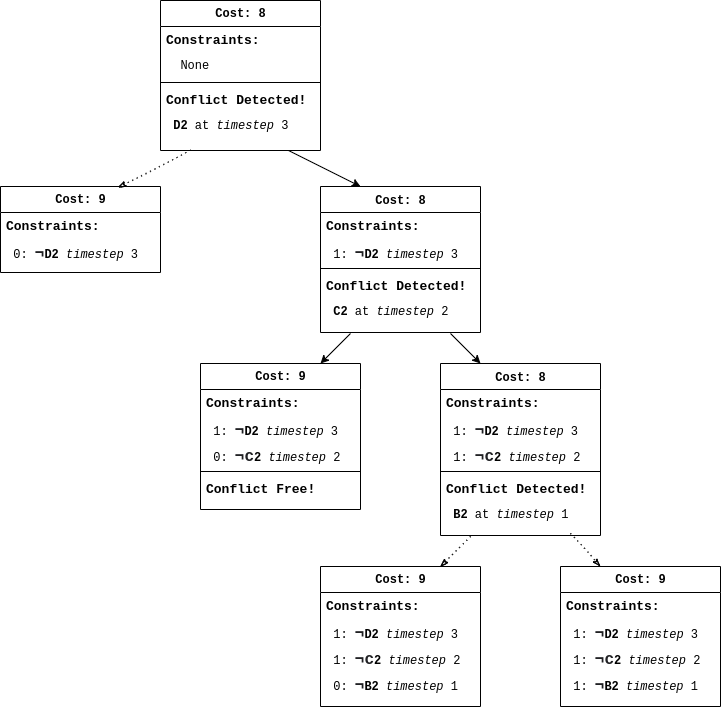
gloriyo/MAPF-demo keeps this draw.io diagram as static/content/figures/CT_demo/standard_ct/Diagram_ct_standard_4.drawio.png. Above is the earlier version. Source tidied: cells renumbered, new cells last; positions are measured from the earlier drawing's top-left corner, leaving out a move shared by most shapes.
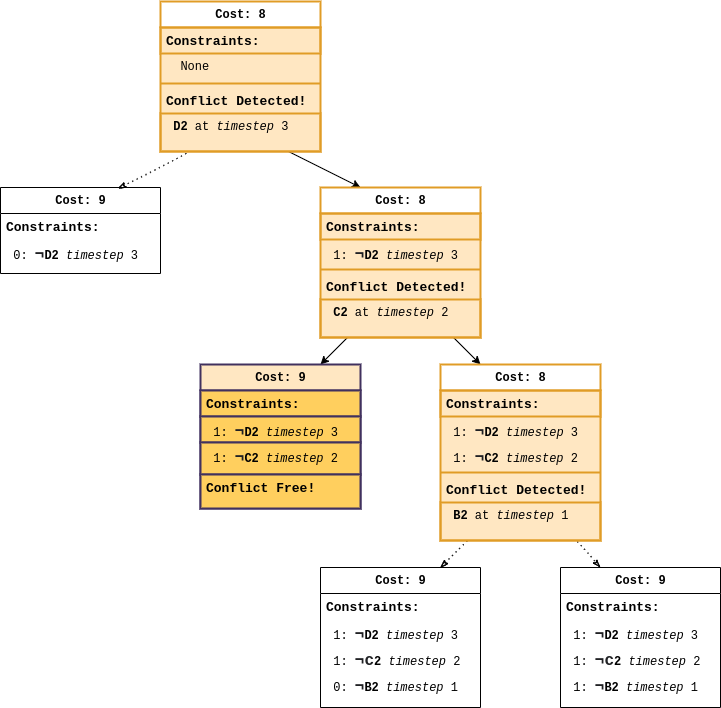
The same diagram one commit later.

What changed in the source:
```diff
@@ -25,7 +25,7 @@
     <mxCell id="8" value="&amp;nbsp;&lt;b&gt;D2&lt;/b&gt; at &lt;i&gt;timestep &lt;/i&gt;3&amp;nbsp;" style="text;html=1;strokeColor=none;fillColor=none;align=left;verticalAlign=top;spacingLeft=4;spacingRight=4;whiteSpace=wrap;overflow=hidden;fontFamily=Courier New;" parent="3" vertex="1">
       <mxGeometry y="112" width="160" height="38" as="geometry" />
     </mxCell>
-    <mxCell id="9" value="Cost: 9" style="swimlane;html=1;fontStyle=1;align=center;verticalAlign=top;horizontal=1;startSize=26;swimlaneFillColor=#ffffff;rounded=0;shadow=0;comic=0;labelBackgroundColor=none;strokeWidth=1;fillColor=none;fontFamily=Courier New;fontSize=12;" parent="1" vertex="1">
+    <mxCell id="9" value="Cost: 9" style="swimlane;html=1;fontStyle=1;align=center;verticalAlign=top;horizontal=1;startSize=26;swimlaneFillColor=#ffffff;rounded=0;shadow=0;comic=0;labelBackgroundColor=none;strokeWidth=1;fillColor=default;fontFamily=Courier New;fontSize=12;" parent="1" vertex="1">
       <mxGeometry y="186" width="160" height="86" as="geometry" />
     </mxCell>
     <mxCell id="10" value="Constraints:&amp;nbsp;" style="text;html=1;strokeColor=none;fillColor=none;align=left;verticalAlign=top;spacingLeft=4;spacingRight=4;whiteSpace=wrap;overflow=hidden;fontSize=13;fontStyle=1;fontFamily=Courier New;" parent="9" vertex="1">
@@ -73,25 +73,7 @@
     <mxCell id="24" value="&amp;nbsp;&lt;b&gt;B2&lt;/b&gt; at &lt;i&gt;timestep&lt;/i&gt; 1&amp;nbsp;" style="text;html=1;strokeColor=none;fillColor=none;align=left;verticalAlign=top;spacingLeft=4;spacingRight=4;whiteSpace=wrap;overflow=hidden;fontFamily=Courier New;" parent="18" vertex="1">
       <mxGeometry y="138" width="160" height="26" as="geometry" />
     </mxCell>
-    <mxCell id="25" value="Cost: 9" style="swimlane;html=1;fontStyle=1;align=center;verticalAlign=top;horizontal=1;startSize=26;swimlaneFillColor=#ffffff;rounded=0;shadow=0;comic=0;labelBackgroundColor=none;strokeWidth=1;fillColor=none;fontFamily=Courier New;fontSize=12;" parent="1" vertex="1">
-      <mxGeometry x="200" y="363" width="160" height="146" as="geometry" />
-    </mxCell>
-    <mxCell id="26" value="Constraints:&amp;nbsp;" style="text;html=1;strokeColor=none;fillColor=none;align=left;verticalAlign=top;spacingLeft=4;spacingRight=4;whiteSpace=wrap;overflow=hidden;fontSize=13;fontStyle=1;fontFamily=Courier New;" parent="25" vertex="1">
-      <mxGeometry y="26" width="160" height="26" as="geometry" />
-    </mxCell>
-    <mxCell id="27" value="&amp;nbsp;1:&amp;nbsp;&lt;b style=&quot;color: rgb(32 , 33 , 36) ; font-size: 16px ; background-color: rgb(255 , 255 , 255)&quot;&gt;¬&lt;/b&gt;&lt;b&gt;D2&lt;/b&gt;&amp;nbsp;&lt;i&gt;timestep&lt;/i&gt; 3&amp;nbsp;" style="text;html=1;strokeColor=none;fillColor=none;align=left;verticalAlign=top;spacingLeft=4;spacingRight=4;whiteSpace=wrap;overflow=hidden;fontFamily=Courier New;" parent="25" vertex="1">
-      <mxGeometry y="52" width="160" height="26" as="geometry" />
-    </mxCell>
-    <mxCell id="28" value="&amp;nbsp;0:&amp;nbsp;&lt;b style=&quot;color: rgb(32 , 33 , 36) ; font-size: 16px ; background-color: rgb(255 , 255 , 255)&quot;&gt;¬c&lt;/b&gt;&lt;b&gt;2&lt;/b&gt;&amp;nbsp;&lt;i&gt;timestep&lt;/i&gt; 2&amp;nbsp;" style="text;html=1;strokeColor=none;fillColor=none;align=left;verticalAlign=top;spacingLeft=4;spacingRight=4;whiteSpace=wrap;overflow=hidden;fontFamily=Courier New;" parent="25" vertex="1">
-      <mxGeometry y="78" width="160" height="26" as="geometry" />
-    </mxCell>
-    <mxCell id="29" style="line;html=1;strokeWidth=1;fillColor=none;align=left;verticalAlign=middle;spacingTop=-1;spacingLeft=3;spacingRight=3;labelPosition=right;fontFamily=Courier New;" parent="25" vertex="1">
-      <mxGeometry y="104" width="160" height="8" as="geometry" />
-    </mxCell>
-    <mxCell id="30" value="Conflict Free!" style="text;html=1;strokeColor=none;fillColor=none;align=left;verticalAlign=top;spacingLeft=4;spacingRight=4;whiteSpace=wrap;overflow=hidden;fontFamily=Courier New;fontStyle=1;fontSize=13;" parent="25" vertex="1">
-      <mxGeometry y="112" width="160" height="26" as="geometry" />
-    </mxCell>
-    <mxCell id="31" value="Cost: 9" style="swimlane;html=1;fontStyle=1;align=center;verticalAlign=top;horizontal=1;startSize=26;swimlaneFillColor=#ffffff;rounded=0;shadow=0;comic=0;labelBackgroundColor=none;strokeWidth=1;fillColor=none;fontFamily=Courier New;fontSize=12;" parent="1" vertex="1">
+    <mxCell id="31" value="Cost: 9" style="swimlane;html=1;fontStyle=1;align=center;verticalAlign=top;horizontal=1;startSize=26;swimlaneFillColor=#ffffff;rounded=0;shadow=0;comic=0;labelBackgroundColor=none;strokeWidth=1;fillColor=default;fontFamily=Courier New;fontSize=12;" parent="1" vertex="1">
       <mxGeometry x="560" y="566" width="160" height="140" as="geometry" />
     </mxCell>
     <mxCell id="32" value="Constraints:&amp;nbsp;" style="text;html=1;strokeColor=none;fillColor=none;align=left;verticalAlign=top;spacingLeft=4;spacingRight=4;whiteSpace=wrap;overflow=hidden;fontSize=13;fontStyle=1;fontFamily=Courier New;" parent="31" vertex="1">
@@ -106,7 +88,7 @@
     <mxCell id="35" value="&amp;nbsp;1:&amp;nbsp;&lt;b style=&quot;color: rgb(32 , 33 , 36) ; font-size: 16px ; background-color: rgb(255 , 255 , 255)&quot;&gt;¬&lt;/b&gt;&lt;b&gt;B&lt;/b&gt;&lt;b&gt;2&lt;/b&gt;&amp;nbsp;&lt;i&gt;timestep&lt;/i&gt; 1" style="text;html=1;strokeColor=none;fillColor=none;align=left;verticalAlign=top;spacingLeft=4;spacingRight=4;whiteSpace=wrap;overflow=hidden;fontFamily=Courier New;" parent="31" vertex="1">
       <mxGeometry y="104" width="160" height="26" as="geometry" />
     </mxCell>
-    <mxCell id="36" value="Cost: 9" style="swimlane;html=1;fontStyle=1;align=center;verticalAlign=top;horizontal=1;startSize=26;swimlaneFillColor=#ffffff;rounded=0;shadow=0;comic=0;labelBackgroundColor=none;strokeWidth=1;fillColor=none;fontFamily=Courier New;fontSize=12;" parent="1" vertex="1">
+    <mxCell id="36" value="Cost: 9" style="swimlane;html=1;fontStyle=1;align=center;verticalAlign=top;horizontal=1;startSize=26;swimlaneFillColor=#ffffff;rounded=0;shadow=0;comic=0;labelBackgroundColor=none;strokeWidth=1;fillColor=default;fontFamily=Courier New;fontSize=12;" parent="1" vertex="1">
       <mxGeometry x="320" y="566" width="160" height="140" as="geometry" />
     </mxCell>
     <mxCell id="37" value="Constraints:&amp;nbsp;" style="text;html=1;strokeColor=none;fillColor=none;align=left;verticalAlign=top;spacingLeft=4;spacingRight=4;whiteSpace=wrap;overflow=hidden;fontSize=13;fontStyle=1;fontFamily=Courier New;" parent="36" vertex="1">
@@ -146,10 +128,101 @@
         <mxPoint x="570" y="533" as="sourcePoint" />
       </mxGeometry>
     </mxCell>
-    <mxCell id="46" style="edgeStyle=none;rounded=0;jettySize=auto;html=1;entryX=0.75;entryY=0;entryDx=0;entryDy=0;fontFamily=Courier New;" parent="1" edge="1" target="25">
+    <mxCell id="46" style="edgeStyle=none;rounded=0;orthogonalLoop=1;jettySize=auto;html=1;entryX=0.75;entryY=0;entryDx=0;entryDy=0;fontFamily=Courier New;" parent="1" edge="1">
       <mxGeometry relative="1" as="geometry">
         <mxPoint x="350" y="333" as="sourcePoint" />
+        <mxPoint x="320" y="363" as="targetPoint" />
       </mxGeometry>
     </mxCell>
+    <mxCell id="47" value="Cost: 8" style="swimlane;html=1;fontStyle=1;align=center;verticalAlign=top;horizontal=1;startSize=26;swimlaneFillColor=#FFE7C2;rounded=0;shadow=0;comic=0;labelBackgroundColor=none;strokeWidth=2;fillColor=default;fontFamily=Courier New;fontSize=12;strokeColor=#E09C26;" parent="1" vertex="1">
+      <mxGeometry x="440" y="363" width="160" height="176" as="geometry" />
+    </mxCell>
+    <mxCell id="48" value="Constraints:&amp;nbsp;" style="text;html=1;strokeColor=#E09C26;fillColor=none;align=left;verticalAlign=top;spacingLeft=4;spacingRight=4;whiteSpace=wrap;overflow=hidden;fontSize=13;fontStyle=1;fontFamily=Courier New;swimlaneFillColor=#FFE7C2;strokeWidth=2;" parent="47" vertex="1">
+      <mxGeometry y="26" width="160" height="26" as="geometry" />
+    </mxCell>
+    <mxCell id="49" value="&amp;nbsp;1:&amp;nbsp;&lt;b style=&quot;color: rgb(32 , 33 , 36) ; font-size: 16px ; background-color: rgb(255 , 231 , 194)&quot;&gt;¬&lt;/b&gt;&lt;b&gt;D2&amp;nbsp;&lt;/b&gt;&lt;i&gt;timestep&lt;/i&gt;&amp;nbsp;3" style="text;html=1;strokeColor=none;fillColor=none;align=left;verticalAlign=top;spacingLeft=4;spacingRight=4;whiteSpace=wrap;overflow=hidden;fontFamily=Courier New;swimlaneFillColor=#FFE7C2;strokeWidth=2;" parent="47" vertex="1">
+      <mxGeometry y="52" width="160" height="26" as="geometry" />
+    </mxCell>
+    <mxCell id="50" value="&amp;nbsp;1:&amp;nbsp;&lt;b&gt;&lt;font color=&quot;#202124&quot;&gt;&lt;span style=&quot;font-size: 16px ; background-color: rgb(255 , 231 , 194)&quot;&gt;¬&lt;/span&gt;&lt;/font&gt;&lt;/b&gt;&lt;b&gt;C&lt;/b&gt;&lt;b&gt;2&lt;/b&gt;&amp;nbsp;&lt;i&gt;timestep&lt;/i&gt; 2&amp;nbsp;" style="text;html=1;strokeColor=none;fillColor=none;align=left;verticalAlign=top;spacingLeft=4;spacingRight=4;whiteSpace=wrap;overflow=hidden;fontFamily=Courier New;" parent="47" vertex="1">
+      <mxGeometry y="78" width="160" height="26" as="geometry" />
+    </mxCell>
+    <mxCell id="51" style="line;html=1;strokeWidth=2;fillColor=none;align=left;verticalAlign=middle;spacingTop=-1;spacingLeft=3;spacingRight=3;labelPosition=right;fontFamily=Courier New;swimlaneFillColor=#FFE7C2;strokeColor=#E09C26;" parent="47" vertex="1">
+      <mxGeometry y="104" width="160" height="8" as="geometry" />
+    </mxCell>
+    <mxCell id="52" value="Conflict Detected!" style="text;html=1;strokeColor=none;fillColor=none;align=left;verticalAlign=top;spacingLeft=4;spacingRight=4;whiteSpace=wrap;overflow=hidden;fontFamily=Courier New;fontStyle=1;fontSize=13;swimlaneFillColor=#FFE7C2;strokeWidth=2;" parent="47" vertex="1">
+      <mxGeometry y="112" width="160" height="26" as="geometry" />
+    </mxCell>
+    <mxCell id="53" value="&amp;nbsp;&lt;b&gt;B2&lt;/b&gt;&amp;nbsp;at&amp;nbsp;&lt;i&gt;timestep&lt;/i&gt;&amp;nbsp;1&amp;nbsp;" style="text;html=1;strokeColor=#E09C26;fillColor=none;align=left;verticalAlign=top;spacingLeft=4;spacingRight=4;whiteSpace=wrap;overflow=hidden;fontFamily=Courier New;swimlaneFillColor=#FFE7C2;strokeWidth=2;" parent="47" vertex="1">
+      <mxGeometry y="138" width="160" height="38" as="geometry" />
+    </mxCell>
+    <mxCell id="54" value="Cost: 8" style="swimlane;html=1;fontStyle=1;align=center;verticalAlign=top;horizontal=1;startSize=26;swimlaneFillColor=#FFE7C2;rounded=0;shadow=0;comic=0;labelBackgroundColor=none;strokeWidth=2;fillColor=default;fontFamily=Courier New;fontSize=12;strokeColor=#E09C26;" parent="1" vertex="1">
+      <mxGeometry x="320" y="186" width="160" height="150" as="geometry" />
+    </mxCell>
+    <mxCell id="55" value="Constraints:&amp;nbsp;" style="text;html=1;strokeColor=#E09C26;fillColor=none;align=left;verticalAlign=top;spacingLeft=4;spacingRight=4;whiteSpace=wrap;overflow=hidden;fontSize=13;fontStyle=1;fontFamily=Courier New;swimlaneFillColor=#FFE7C2;strokeWidth=2;" parent="54" vertex="1">
+      <mxGeometry y="26" width="160" height="26" as="geometry" />
+    </mxCell>
+    <mxCell id="56" value="&amp;nbsp;1:&amp;nbsp;&lt;b style=&quot;color: rgb(32 , 33 , 36) ; font-size: 16px ; background-color: rgb(255 , 231 , 194)&quot;&gt;¬&lt;/b&gt;&lt;b&gt;D2&amp;nbsp;&lt;/b&gt;&lt;i&gt;timestep&lt;/i&gt;&amp;nbsp;3" style="text;html=1;strokeColor=none;fillColor=none;align=left;verticalAlign=top;spacingLeft=4;spacingRight=4;whiteSpace=wrap;overflow=hidden;fontFamily=Courier New;swimlaneFillColor=#FFE7C2;strokeWidth=2;" parent="54" vertex="1">
+      <mxGeometry y="52" width="160" height="26" as="geometry" />
+    </mxCell>
+    <mxCell id="57" style="line;html=1;strokeWidth=2;fillColor=none;align=left;verticalAlign=middle;spacingTop=-1;spacingLeft=3;spacingRight=3;labelPosition=right;fontFamily=Courier New;swimlaneFillColor=#FFE7C2;strokeColor=#E09C26;" parent="54" vertex="1">
+      <mxGeometry y="78" width="160" height="8" as="geometry" />
+    </mxCell>
+    <mxCell id="58" value="Conflict Detected!" style="text;html=1;strokeColor=none;fillColor=none;align=left;verticalAlign=top;spacingLeft=4;spacingRight=4;whiteSpace=wrap;overflow=hidden;fontFamily=Courier New;fontStyle=1;fontSize=13;swimlaneFillColor=#FFE7C2;strokeWidth=2;" parent="54" vertex="1">
+      <mxGeometry y="86" width="160" height="26" as="geometry" />
+    </mxCell>
+    <mxCell id="59" value="&amp;nbsp;&lt;b&gt;C2&lt;/b&gt;&amp;nbsp;at&amp;nbsp;&lt;i&gt;timestep&lt;/i&gt;&amp;nbsp;2&amp;nbsp;" style="text;html=1;strokeColor=#E09C26;fillColor=none;align=left;verticalAlign=top;spacingLeft=4;spacingRight=4;whiteSpace=wrap;overflow=hidden;fontFamily=Courier New;swimlaneFillColor=#FFE7C2;strokeWidth=2;" parent="54" vertex="1">
+      <mxGeometry y="112" width="160" height="38" as="geometry" />
+    </mxCell>
+    <mxCell id="60" value="Cost: 8" style="swimlane;html=1;fontStyle=1;align=center;verticalAlign=top;horizontal=1;startSize=26;swimlaneFillColor=#ffffff;rounded=0;shadow=0;comic=0;labelBackgroundColor=none;strokeWidth=1;fillColor=none;fontFamily=Courier New;fontSize=12;" parent="1" vertex="1">
+      <mxGeometry x="160" width="160" height="150" as="geometry" />
+    </mxCell>
+    <mxCell id="26" value="Constraints:&amp;nbsp;" style="text;html=1;strokeColor=none;fillColor=none;align=left;verticalAlign=top;spacingLeft=4;spacingRight=4;whiteSpace=wrap;overflow=hidden;fontSize=13;fontStyle=1;fontFamily=Courier New;" parent="60" vertex="1">
+      <mxGeometry y="26" width="160" height="26" as="geometry" />
+    </mxCell>
+    <mxCell id="61" value="&amp;nbsp; None" style="text;html=1;strokeColor=none;fillColor=none;align=left;verticalAlign=top;spacingLeft=4;spacingRight=4;whiteSpace=wrap;overflow=hidden;fontFamily=Courier New;" parent="60" vertex="1">
+      <mxGeometry y="52" width="160" height="26" as="geometry" />
+    </mxCell>
+    <mxCell id="62" style="line;html=1;strokeWidth=1;fillColor=none;align=left;verticalAlign=middle;spacingTop=-1;spacingLeft=3;spacingRight=3;labelPosition=right;fontFamily=Courier New;" parent="60" vertex="1">
+      <mxGeometry y="78" width="160" height="8" as="geometry" />
+    </mxCell>
+    <mxCell id="63" value="Conflict Detected!" style="text;html=1;strokeColor=none;fillColor=none;align=left;verticalAlign=top;spacingLeft=4;spacingRight=4;whiteSpace=wrap;overflow=hidden;fontFamily=Courier New;fontStyle=1;fontSize=13;" parent="60" vertex="1">
+      <mxGeometry y="86" width="160" height="26" as="geometry" />
+    </mxCell>
+    <mxCell id="64" value="&amp;nbsp;&lt;b&gt;D2&lt;/b&gt; at &lt;i&gt;timestep &lt;/i&gt;3&amp;nbsp;" style="text;html=1;strokeColor=none;fillColor=none;align=left;verticalAlign=top;spacingLeft=4;spacingRight=4;whiteSpace=wrap;overflow=hidden;fontFamily=Courier New;" parent="60" vertex="1">
+      <mxGeometry y="112" width="160" height="38" as="geometry" />
+    </mxCell>
+    <mxCell id="65" value="Cost: 8" style="swimlane;html=1;fontStyle=1;align=center;verticalAlign=top;horizontal=1;startSize=26;swimlaneFillColor=#FFE7C2;rounded=0;shadow=0;comic=0;labelBackgroundColor=none;strokeWidth=2;fillColor=default;fontFamily=Courier New;fontSize=12;strokeColor=#E09C26;" parent="1" vertex="1">
+      <mxGeometry x="160" width="160" height="150" as="geometry" />
+    </mxCell>
+    <mxCell id="66" value="Constraints:&amp;nbsp;" style="text;html=1;strokeColor=#E09C26;fillColor=none;align=left;verticalAlign=top;spacingLeft=4;spacingRight=4;whiteSpace=wrap;overflow=hidden;fontSize=13;fontStyle=1;fontFamily=Courier New;swimlaneFillColor=#FFE7C2;strokeWidth=2;" parent="65" vertex="1">
+      <mxGeometry y="26" width="160" height="26" as="geometry" />
+    </mxCell>
+    <mxCell id="67" value="&amp;nbsp; None" style="text;html=1;strokeColor=none;fillColor=none;align=left;verticalAlign=top;spacingLeft=4;spacingRight=4;whiteSpace=wrap;overflow=hidden;fontFamily=Courier New;swimlaneFillColor=#FFE7C2;strokeWidth=2;" parent="65" vertex="1">
+      <mxGeometry y="52" width="160" height="26" as="geometry" />
+    </mxCell>
+    <mxCell id="68" style="line;html=1;strokeWidth=2;fillColor=none;align=left;verticalAlign=middle;spacingTop=-1;spacingLeft=3;spacingRight=3;labelPosition=right;fontFamily=Courier New;swimlaneFillColor=#FFE7C2;strokeColor=#E09C26;" parent="65" vertex="1">
+      <mxGeometry y="78" width="160" height="8" as="geometry" />
+    </mxCell>
+    <mxCell id="69" value="Conflict Detected!" style="text;html=1;strokeColor=none;fillColor=none;align=left;verticalAlign=top;spacingLeft=4;spacingRight=4;whiteSpace=wrap;overflow=hidden;fontFamily=Courier New;fontStyle=1;fontSize=13;swimlaneFillColor=#FFE7C2;strokeWidth=2;" parent="65" vertex="1">
+      <mxGeometry y="86" width="160" height="26" as="geometry" />
+    </mxCell>
+    <mxCell id="70" value="&amp;nbsp;&lt;b&gt;D2&lt;/b&gt; at &lt;i&gt;timestep &lt;/i&gt;3&amp;nbsp;" style="text;html=1;strokeColor=#E09C26;fillColor=none;align=left;verticalAlign=top;spacingLeft=4;spacingRight=4;whiteSpace=wrap;overflow=hidden;fontFamily=Courier New;swimlaneFillColor=#FFE7C2;strokeWidth=2;" parent="65" vertex="1">
+      <mxGeometry y="112" width="160" height="38" as="geometry" />
+    </mxCell>
+    <mxCell id="25" value="Cost: 9" style="swimlane;html=1;fontStyle=1;align=center;verticalAlign=top;horizontal=1;startSize=26;swimlaneFillColor=#FFE7C2;rounded=0;shadow=0;comic=0;labelBackgroundColor=none;strokeWidth=2;fillColor=#FFE7C2;fontFamily=Courier New;fontSize=12;strokeColor=#41315E;" parent="1" vertex="1">
+      <mxGeometry x="200" y="363" width="160" height="144" as="geometry" />
+    </mxCell>
+    <mxCell id="71" value="Constraints:&amp;nbsp;" style="text;html=1;strokeColor=#41315E;fillColor=#FFCF5E;align=left;verticalAlign=top;spacingLeft=4;spacingRight=4;whiteSpace=wrap;overflow=hidden;fontSize=13;fontStyle=1;fontFamily=Courier New;swimlaneFillColor=#FFE7C2;strokeWidth=2;" parent="25" vertex="1">
+      <mxGeometry y="26" width="160" height="26" as="geometry" />
+    </mxCell>
+    <mxCell id="72" value="&amp;nbsp;1:&amp;nbsp;&lt;b style=&quot;color: rgb(32 , 33 , 36) ; font-size: 16px&quot;&gt;¬&lt;/b&gt;&lt;b&gt;D2&amp;nbsp;&lt;/b&gt;&lt;i&gt;timestep&lt;/i&gt;&amp;nbsp;3" style="text;html=1;strokeColor=#41315E;fillColor=#FFCF5E;align=left;verticalAlign=top;spacingLeft=4;spacingRight=4;whiteSpace=wrap;overflow=hidden;fontFamily=Courier New;swimlaneFillColor=#FFE7C2;strokeWidth=2;" parent="25" vertex="1">
+      <mxGeometry y="52" width="160" height="26" as="geometry" />
+    </mxCell>
+    <mxCell id="73" value="&amp;nbsp;1:&amp;nbsp;&lt;b&gt;&lt;font color=&quot;#202124&quot;&gt;&lt;span style=&quot;font-size: 16px&quot;&gt;¬&lt;/span&gt;&lt;/font&gt;&lt;/b&gt;&lt;b&gt;C&lt;/b&gt;&lt;b&gt;2&lt;/b&gt;&amp;nbsp;&lt;i&gt;timestep&lt;/i&gt; 2&amp;nbsp;" style="text;html=1;strokeColor=#41315E;fillColor=#FFCF5E;align=left;verticalAlign=top;spacingLeft=4;spacingRight=4;whiteSpace=wrap;overflow=hidden;fontFamily=Courier New;strokeWidth=2;" parent="25" vertex="1">
+      <mxGeometry y="78" width="160" height="32" as="geometry" />
+    </mxCell>
+    <mxCell id="30" value="&lt;b&gt;&lt;font style=&quot;font-size: 13px&quot;&gt;Conflict Free!&lt;/font&gt;&lt;/b&gt;" style="text;html=1;strokeColor=#41315E;fillColor=#FFCF5E;align=left;verticalAlign=top;spacingLeft=4;spacingRight=4;whiteSpace=wrap;overflow=hidden;fontFamily=Courier New;swimlaneFillColor=#FFE7C2;strokeWidth=2;" parent="25" vertex="1">
+      <mxGeometry y="110" width="160" height="34" as="geometry" />
+    </mxCell>
   </root>
 </mxGraphModel>
```
